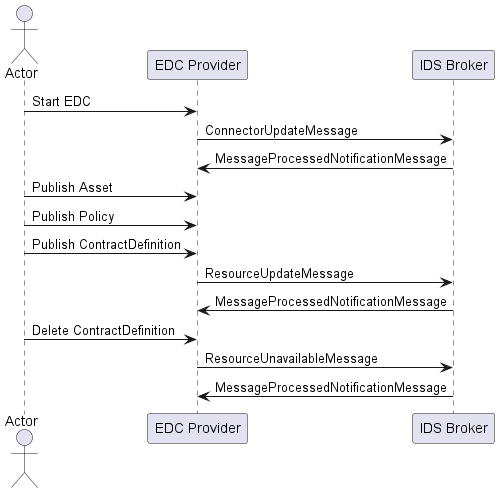
This is resources/docs/diagrams/broker-extension/broker-extension.png from sovity/edc-ce, a PlantUML export, as it was before one commit.
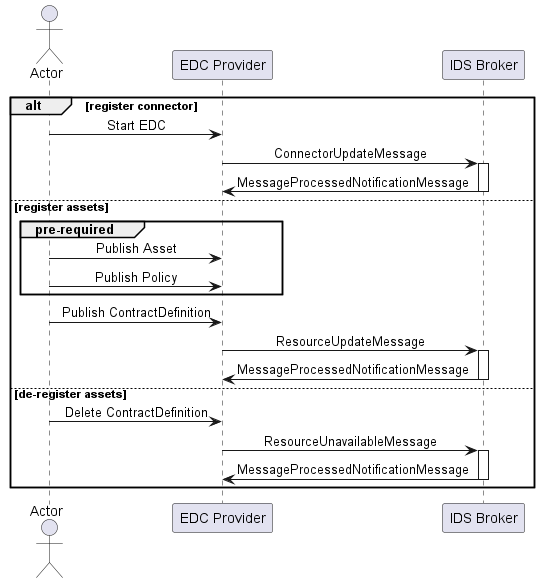
The same file after the commit.

Commit message:
feat: add sequence diagram for Broker Extension

What changed in the source:
```diff
@@ -1,21 +1,31 @@
 @startuml
+skinparam sequenceMessageAlign center
 
 actor Actor
 participant EDC as "EDC Provider"
 participant Broker as "IDS Broker"
 
-Actor -> EDC: Start EDC
-EDC -> Broker: ConnectorUpdateMessage
-Broker -> EDC: MessageProcessedNotificationMessage
-
-Actor -> EDC: Publish Asset
-Actor -> EDC: Publish Policy
-Actor -> EDC: Publish ContractDefinition
-EDC -> Broker: ResourceUpdateMessage
-Broker -> EDC: MessageProcessedNotificationMessage
-
-Actor -> EDC: Delete ContractDefinition
-EDC -> Broker: ResourceUnavailableMessage
-Broker -> EDC: MessageProcessedNotificationMessage
-
+alt register connector
+    Actor -> EDC: Start EDC
+    EDC -> Broker: ConnectorUpdateMessage
+    activate Broker
+        Broker -> EDC: MessageProcessedNotificationMessage
+    deactivate Broker
+else register assets
+    group pre-required
+        Actor -> EDC: Publish Asset
+        Actor -> EDC: Publish Policy
+    end
+    Actor -> EDC: Publish ContractDefinition
+    EDC -> Broker: ResourceUpdateMessage
+    activate Broker
+        Broker -> EDC: MessageProcessedNotificationMessage
+    deactivate Broker
+else de-register assets
+    Actor -> EDC: Delete ContractDefinition
+    EDC -> Broker: ResourceUnavailableMessage
+    activate Broker
+        Broker -> EDC: MessageProcessedNotificationMessage
+    deactivate Broker
+end
 @enduml
```
